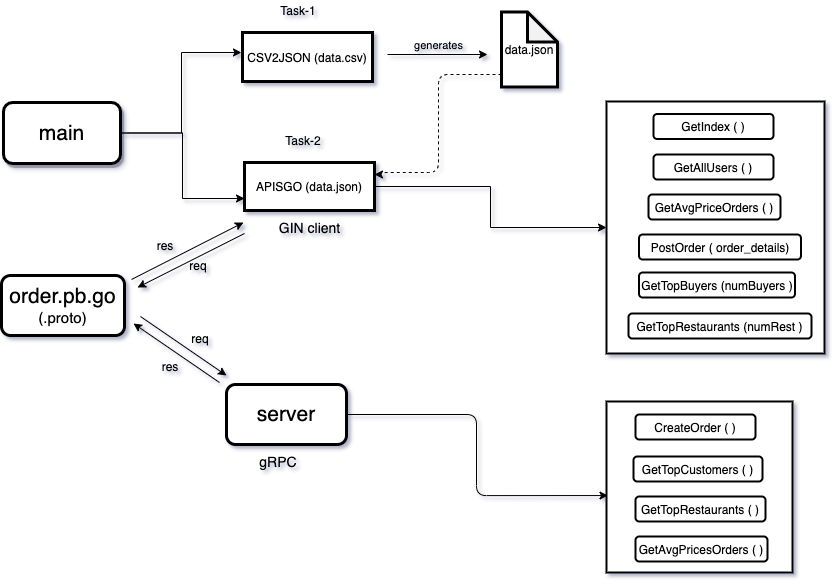
Above: assets/walk_through.png in upadhyay-p/Team2-Case-Study-1 (draw.io), before the change. Source tidied: cells renumbered, new cells last; positions are measured from the earlier drawing's top-left corner, leaving out a move shared by most shapes.
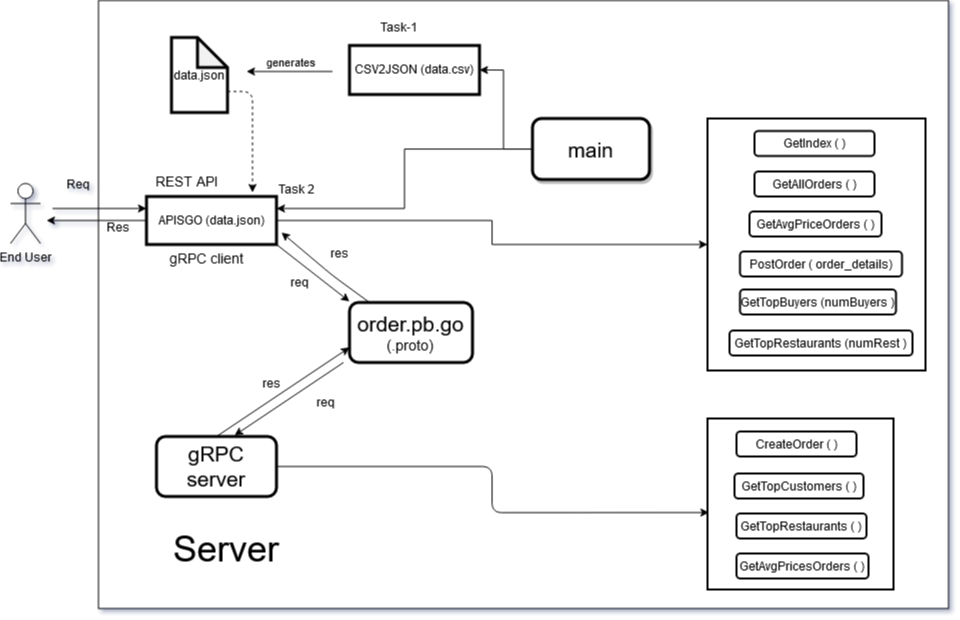
After the change.

Change to the diagram source:
```diff
@@ -2,36 +2,34 @@
   <root>
     <mxCell id="0" />
     <mxCell id="1" parent="0" />
+    <mxCell id="39" style="rounded=0;whiteSpace=wrap;html=1;" parent="1" vertex="1">
+      <mxGeometry x="-4" y="-17" width="850" height="608" as="geometry" />
+    </mxCell>
     <mxCell id="2" style="rounded=0;whiteSpace=wrap;html=1;shadow=0;labelBorderColor=none;labelBackgroundColor=none;strokeWidth=2;" parent="1" vertex="1">
       <mxGeometry x="605" y="101" width="218" height="252" as="geometry" />
     </mxCell>
-    <mxCell id="3" style="edgeStyle=orthogonalEdgeStyle;rounded=0;jettySize=auto;html=1;entryX=-0.008;entryY=0.408;entryDx=0;entryDy=0;entryPerimeter=0;labelBorderColor=none;labelBackgroundColor=none;shadow=0;" parent="1" edge="1" source="5" target="6">
-      <mxGeometry relative="1" as="geometry" />
+    <mxCell id="3" style="edgeStyle=orthogonalEdgeStyle;rounded=0;jettySize=auto;html=1;entryX=1;entryY=0.5;entryDx=0;entryDy=0;labelBorderColor=none;labelBackgroundColor=none;shadow=0;" parent="1" edge="1" source="5" target="6">
+      <mxGeometry relative="1" as="geometry">
+        <Array as="points">
+          <mxPoint x="401" y="132" />
+          <mxPoint x="401" y="52" />
+        </Array>
+      </mxGeometry>
     </mxCell>
-    <mxCell id="4" style="edgeStyle=orthogonalEdgeStyle;rounded=0;jettySize=auto;html=1;entryX=0;entryY=0.75;entryDx=0;entryDy=0;labelBorderColor=none;labelBackgroundColor=none;shadow=0;" parent="1" edge="1" source="5" target="12">
+    <mxCell id="4" style="edgeStyle=orthogonalEdgeStyle;rounded=0;jettySize=auto;html=1;labelBorderColor=none;labelBackgroundColor=none;shadow=0;entryX=1;entryY=0.25;entryDx=0;entryDy=0;" parent="1" edge="1" source="5" target="12">
       <mxGeometry relative="1" as="geometry" />
     </mxCell>
     <mxCell id="5" value="&lt;span style=&quot;font-size: 21px&quot;&gt;main&lt;/span&gt;" style="rounded=1;whiteSpace=wrap;html=1;strokeWidth=3;labelBorderColor=none;labelBackgroundColor=none;shadow=1;" parent="1" vertex="1">
-      <mxGeometry x="2" y="102" width="117" height="61" as="geometry" />
+      <mxGeometry x="430" y="101" width="117" height="61" as="geometry" />
     </mxCell>
     <mxCell id="6" value="CSV2JSON (data.csv)" style="rounded=0;whiteSpace=wrap;html=1;strokeWidth=3;labelBorderColor=none;labelBackgroundColor=none;shadow=0;" parent="1" vertex="1">
-      <mxGeometry x="241" y="32" width="130" height="49" as="geometry" />
+      <mxGeometry x="247" y="28" width="130" height="49" as="geometry" />
     </mxCell>
     <mxCell id="7" value="GetIndex ( )" style="rounded=1;whiteSpace=wrap;html=1;strokeWidth=2;labelBorderColor=none;labelBackgroundColor=none;shadow=0;" parent="1" vertex="1">
       <mxGeometry x="652" y="113.5" width="120" height="25" as="geometry" />
     </mxCell>
-    <mxCell id="8" style="edgeStyle=orthogonalEdgeStyle;jettySize=auto;html=1;entryX=1;entryY=0.25;entryDx=0;entryDy=0;shadow=0;labelBackgroundColor=none;rounded=1;dashed=1;labelBorderColor=none;" parent="1" edge="1" source="9" target="12">
-      <mxGeometry relative="1" as="geometry">
-        <Array as="points">
-          <mxPoint x="437" y="74" />
-          <mxPoint x="437" y="172" />
-          <mxPoint x="378" y="172" />
-          <mxPoint x="378" y="174" />
-        </Array>
-      </mxGeometry>
-    </mxCell>
     <mxCell id="9" value="data.json" style="shape=note;whiteSpace=wrap;html=1;backgroundOutline=1;darkOpacity=0.05;strokeWidth=3;labelBorderColor=none;labelBackgroundColor=none;shadow=0;" parent="1" vertex="1">
-      <mxGeometry x="500" y="11.5" width="56" height="75" as="geometry" />
+      <mxGeometry x="69" y="20" width="56" height="75" as="geometry" />
     </mxCell>
     <mxCell id="10" value="Task-1" style="text;html=1;strokeColor=none;fillColor=none;align=center;verticalAlign=middle;whiteSpace=wrap;rounded=0;" parent="1" vertex="1">
       <mxGeometry x="277" width="40" height="20" as="geometry" />
@@ -39,13 +37,21 @@
     <mxCell id="11" style="edgeStyle=orthogonalEdgeStyle;rounded=0;jettySize=auto;html=1;entryX=0;entryY=0.5;entryDx=0;entryDy=0;shadow=0;labelBackgroundColor=none;labelBorderColor=none;" parent="1" edge="1" source="12" target="2">
       <mxGeometry relative="1" as="geometry" />
     </mxCell>
+    <mxCell id="40" style="edgeStyle=orthogonalEdgeStyle;rounded=0;jettySize=auto;html=1;" parent="1" edge="1" source="12">
+      <mxGeometry relative="1" as="geometry">
+        <mxPoint x="-56" y="203" as="targetPoint" />
+      </mxGeometry>
+    </mxCell>
     <mxCell id="12" value="APISGO (data.json)" style="rounded=0;whiteSpace=wrap;html=1;strokeWidth=3;labelBorderColor=none;labelBackgroundColor=none;shadow=0;" parent="1" vertex="1">
-      <mxGeometry x="243" y="162" width="130" height="48" as="geometry" />
+      <mxGeometry x="44" y="179" width="130" height="48" as="geometry" />
     </mxCell>
     <mxCell id="13" style="endArrow=classic;html=1;labelBorderColor=none;labelBackgroundColor=none;shadow=0;" parent="1" edge="1">
       <mxGeometry relative="1" as="geometry">
-        <mxPoint x="386" y="54" as="sourcePoint" />
-        <mxPoint x="486" y="54" as="targetPoint" />
+        <mxPoint x="230" y="54" as="sourcePoint" />
+        <mxPoint x="144" y="54" as="targetPoint" />
+        <Array as="points">
+          <mxPoint x="144" y="54" />
+        </Array>
       </mxGeometry>
     </mxCell>
     <mxCell id="14" value="generates" style="edgeLabel;html=1;align=center;verticalAlign=middle;labelBorderColor=none;labelBackgroundColor=none;shadow=0;" parent="13" vertex="1">
@@ -53,10 +59,7 @@
         <mxPoint y="-10" as="offset" />
       </mxGeometry>
     </mxCell>
-    <mxCell id="15" value="Task-2" style="text;html=1;strokeColor=none;fillColor=none;align=center;verticalAlign=middle;whiteSpace=wrap;rounded=0;labelBorderColor=none;labelBackgroundColor=none;shadow=0;" parent="1" vertex="1">
-      <mxGeometry x="282" y="130" width="40" height="20" as="geometry" />
-    </mxCell>
-    <mxCell id="16" value="GetAllUsers ( )" style="rounded=1;whiteSpace=wrap;html=1;strokeWidth=2;labelBorderColor=none;labelBackgroundColor=none;shadow=0;" parent="1" vertex="1">
+    <mxCell id="16" value="GetAllOrders ( )" style="rounded=1;whiteSpace=wrap;html=1;strokeWidth=2;labelBorderColor=none;labelBackgroundColor=none;shadow=0;" parent="1" vertex="1">
       <mxGeometry x="652" y="154" width="120" height="25" as="geometry" />
     </mxCell>
     <mxCell id="17" value="GetAvgPriceOrders ( )" style="rounded=1;whiteSpace=wrap;html=1;strokeWidth=2;labelBorderColor=none;labelBackgroundColor=none;shadow=0;" parent="1" vertex="1">
@@ -71,17 +74,17 @@
     <mxCell id="20" value="PostOrder ( order_details)" style="rounded=1;whiteSpace=wrap;html=1;strokeWidth=2;labelBorderColor=none;labelBackgroundColor=none;shadow=0;" parent="1" vertex="1">
       <mxGeometry x="637.5" y="234" width="162" height="25" as="geometry" />
     </mxCell>
-    <mxCell id="21" value="&lt;font style=&quot;font-size: 14px&quot;&gt;GIN client&lt;/font&gt;" style="text;html=1;strokeColor=none;fillColor=none;align=center;verticalAlign=middle;whiteSpace=wrap;rounded=0;shadow=0;labelBackgroundColor=none;labelBorderColor=none;" parent="1" vertex="1">
-      <mxGeometry x="266.5" y="217" width="83" height="20" as="geometry" />
+    <mxCell id="21" value="&lt;div&gt;&lt;font style=&quot;font-size: 14px&quot;&gt;&amp;nbsp;gRPC client&lt;/font&gt;&lt;/div&gt;" style="text;html=1;strokeColor=none;fillColor=none;align=center;verticalAlign=middle;whiteSpace=wrap;rounded=0;shadow=0;labelBackgroundColor=none;labelBorderColor=none;" parent="1" vertex="1">
+      <mxGeometry x="61" y="231" width="83" height="20" as="geometry" />
     </mxCell>
     <mxCell id="22" value="&lt;font&gt;&lt;span style=&quot;font-size: 21px&quot;&gt;order.pb.go&lt;/span&gt;&lt;br&gt;&lt;font style=&quot;font-size: 15px&quot;&gt;(.proto)&lt;/font&gt;&lt;br&gt;&lt;/font&gt;" style="rounded=1;whiteSpace=wrap;html=1;shadow=0;labelBackgroundColor=none;strokeWidth=3;labelBorderColor=none;" parent="1" vertex="1">
-      <mxGeometry y="275" width="123" height="60" as="geometry" />
+      <mxGeometry x="247" y="285" width="123" height="60" as="geometry" />
     </mxCell>
     <mxCell id="23" style="edgeStyle=orthogonalEdgeStyle;rounded=1;jettySize=auto;html=1;entryX=0.008;entryY=0.55;entryDx=0;entryDy=0;entryPerimeter=0;shadow=0;labelBackgroundColor=none;strokeColor=#000000;labelBorderColor=none;" parent="1" edge="1" source="24" target="25">
       <mxGeometry relative="1" as="geometry" />
     </mxCell>
-    <mxCell id="24" value="&lt;font style=&quot;font-size: 21px&quot;&gt;server&lt;/font&gt;" style="rounded=1;whiteSpace=wrap;html=1;shadow=0;labelBackgroundColor=none;strokeWidth=3;labelBorderColor=none;" parent="1" vertex="1">
-      <mxGeometry x="225" y="384" width="120" height="60" as="geometry" />
+    <mxCell id="24" value="&lt;font style=&quot;font-size: 21px&quot;&gt;gRPC server&lt;/font&gt;" style="rounded=1;whiteSpace=wrap;html=1;shadow=0;labelBackgroundColor=none;strokeWidth=3;labelBorderColor=none;" parent="1" vertex="1">
+      <mxGeometry x="54" y="419" width="120" height="60" as="geometry" />
     </mxCell>
     <mxCell id="25" style="rounded=0;whiteSpace=wrap;html=1;shadow=0;labelBorderColor=none;labelBackgroundColor=none;strokeWidth=2;" parent="1" vertex="1">
       <mxGeometry x="605" y="401" width="186" height="171" as="geometry" />
@@ -98,44 +101,70 @@
     <mxCell id="29" value="GetTopRestaurants ( )" style="rounded=1;whiteSpace=wrap;html=1;strokeWidth=2;labelBorderColor=none;labelBackgroundColor=none;shadow=0;" parent="1" vertex="1">
       <mxGeometry x="634" y="496" width="130" height="25" as="geometry" />
     </mxCell>
-    <mxCell id="30" style="endArrow=classic;startArrow=none;html=1;shadow=0;labelBackgroundColor=none;strokeColor=#000000;startFill=0;labelBorderColor=none;" parent="1" edge="1">
+    <mxCell id="30" style="endArrow=classic;startArrow=none;html=1;shadow=0;labelBackgroundColor=none;strokeColor=#000000;startFill=0;labelBorderColor=none;exitX=1;exitY=1;exitDx=0;exitDy=0;" parent="1" edge="1" source="12">
       <mxGeometry relative="1" as="geometry">
-        <mxPoint x="130" y="279" as="sourcePoint" />
-        <mxPoint x="242" y="222" as="targetPoint" />
+        <mxPoint x="247" y="284" as="targetPoint" />
       </mxGeometry>
     </mxCell>
-    <mxCell id="31" style="endArrow=none;startArrow=classic;html=1;shadow=0;labelBackgroundColor=none;strokeColor=#000000;endFill=0;labelBorderColor=none;" parent="1" edge="1">
+    <mxCell id="31" style="endArrow=none;startArrow=classic;html=1;shadow=0;labelBackgroundColor=none;strokeColor=#000000;endFill=0;labelBorderColor=none;exitX=0.65;exitY=-0.017;exitDx=0;exitDy=0;exitPerimeter=0;" parent="1" edge="1" source="24">
       <mxGeometry relative="1" as="geometry">
-        <mxPoint x="132" y="323" as="sourcePoint" />
-        <mxPoint x="218" y="382" as="targetPoint" />
+        <mxPoint x="241" y="345" as="targetPoint" />
       </mxGeometry>
     </mxCell>
     <mxCell id="32" value="req" style="text;html=1;strokeColor=none;fillColor=none;align=center;verticalAlign=middle;whiteSpace=wrap;rounded=0;shadow=0;labelBackgroundColor=none;labelBorderColor=none;" parent="1" vertex="1">
       <mxGeometry x="177" y="255" width="40" height="20" as="geometry" />
     </mxCell>
     <mxCell id="33" value="res" style="text;html=1;strokeColor=none;fillColor=none;align=center;verticalAlign=middle;whiteSpace=wrap;rounded=0;shadow=0;labelBackgroundColor=none;labelBorderColor=none;" parent="1" vertex="1">
-      <mxGeometry x="144" y="235" width="40" height="20" as="geometry" />
+      <mxGeometry x="217" y="226" width="40" height="20" as="geometry" />
     </mxCell>
     <mxCell id="34" value="req" style="text;html=1;strokeColor=none;fillColor=none;align=center;verticalAlign=middle;whiteSpace=wrap;rounded=0;shadow=0;labelBackgroundColor=none;labelBorderColor=none;" parent="1" vertex="1">
-      <mxGeometry x="179" y="328" width="40" height="20" as="geometry" />
+      <mxGeometry x="203" y="375" width="40" height="20" as="geometry" />
     </mxCell>
     <mxCell id="35" value="res" style="text;html=1;strokeColor=none;fillColor=none;align=center;verticalAlign=middle;whiteSpace=wrap;rounded=0;shadow=0;labelBackgroundColor=none;labelBorderColor=none;" parent="1" vertex="1">
       <mxGeometry x="149" y="356" width="40" height="20" as="geometry" />
     </mxCell>
     <mxCell id="36" style="endArrow=classic;startArrow=none;html=1;shadow=0;labelBackgroundColor=none;strokeColor=#000000;startFill=0;labelBorderColor=none;" parent="1" edge="1">
       <mxGeometry relative="1" as="geometry">
-        <mxPoint x="243" y="233" as="sourcePoint" />
-        <mxPoint x="136" y="287" as="targetPoint" />
+        <mxPoint x="267" y="285" as="sourcePoint" />
+        <mxPoint x="179" y="215" as="targetPoint" />
+        <Array as="points">
+          <mxPoint x="230" y="258" />
+        </Array>
       </mxGeometry>
     </mxCell>
-    <mxCell id="37" style="endArrow=classic;startArrow=none;html=1;shadow=0;labelBackgroundColor=none;strokeColor=#000000;startFill=0;labelBorderColor=none;" parent="1" edge="1">
-      <mxGeometry relative="1" as="geometry">
-        <mxPoint x="139" y="316" as="sourcePoint" />
-        <mxPoint x="225" y="375" as="targetPoint" />
-      </mxGeometry>
+    <mxCell id="37" style="endArrow=classic;startArrow=none;html=1;shadow=0;labelBackgroundColor=none;strokeColor=#000000;startFill=0;labelBorderColor=none;entryX=0;entryY=0.75;entryDx=0;entryDy=0;exitX=0.5;exitY=0;exitDx=0;exitDy=0;" parent="1" edge="1" source="24" target="22">
+      <mxGeometry relative="1" as="geometry" />
     </mxCell>
-    <mxCell id="38" value="&lt;font style=&quot;font-size: 14px&quot;&gt;gRPC&lt;/font&gt;" style="text;html=1;strokeColor=none;fillColor=none;align=center;verticalAlign=middle;whiteSpace=wrap;rounded=0;shadow=0;labelBackgroundColor=none;labelBorderColor=none;" parent="1" vertex="1">
-      <mxGeometry x="257" y="451" width="40" height="20" as="geometry" />
-    </mxCell>
+    <mxCell id="41" value="&lt;font style=&quot;font-size: 36px&quot;&gt;Server&lt;/font&gt;" style="text;html=1;strokeColor=none;fillColor=none;align=center;verticalAlign=middle;whiteSpace=wrap;rounded=0;" parent="1" vertex="1">
+      <mxGeometry x="104" y="521" width="40" height="20" as="geometry" />
+    </mxCell>
+    <mxCell id="42" value="End User&lt;br&gt;" style="shape=umlActor;verticalLabelPosition=bottom;verticalAlign=top;html=1;" parent="1" vertex="1">
+      <mxGeometry x="-92" y="166" width="30" height="60" as="geometry" />
+    </mxCell>
+    <mxCell id="43" value="&lt;div&gt;Task 2&lt;/div&gt;" style="text;html=1;strokeColor=none;fillColor=none;align=center;verticalAlign=middle;whiteSpace=wrap;rounded=0;" parent="1" vertex="1">
+      <mxGeometry x="174" y="162" width="40" height="20" as="geometry" />
+    </mxCell>
+    <mxCell id="44" style="endArrow=classic;html=1;entryX=0;entryY=0.25;entryDx=0;entryDy=0;" parent="1" edge="1" target="12">
+      <mxGeometry relative="1" as="geometry">
+        <mxPoint x="-50" y="191" as="sourcePoint" />
+      </mxGeometry>
+    </mxCell>
+    <mxCell id="45" value="Req" style="text;html=1;strokeColor=none;fillColor=none;align=center;verticalAlign=middle;whiteSpace=wrap;rounded=0;" parent="1" vertex="1">
+      <mxGeometry x="-44" y="156.5" width="40" height="20" as="geometry" />
+    </mxCell>
+    <mxCell id="46" value="&lt;div&gt;Res&lt;/div&gt;&lt;div&gt;&lt;br&gt;&lt;/div&gt;" style="text;html=1;strokeColor=none;fillColor=none;align=center;verticalAlign=middle;whiteSpace=wrap;rounded=0;" parent="1" vertex="1">
+      <mxGeometry x="-4" y="207" width="40" height="20" as="geometry" />
+    </mxCell>
+    <mxCell id="47" value="&lt;font style=&quot;font-size: 14px&quot;&gt;REST API&lt;br&gt;&lt;/font&gt;" style="text;html=1;strokeColor=none;fillColor=none;align=center;verticalAlign=middle;whiteSpace=wrap;rounded=0;" parent="1" vertex="1">
+      <mxGeometry x="38" y="154" width="93" height="20" as="geometry" />
+    </mxCell>
+    <mxCell id="8" style="edgeStyle=orthogonalEdgeStyle;jettySize=auto;html=1;shadow=0;labelBackgroundColor=none;rounded=1;dashed=1;labelBorderColor=none;" parent="1" edge="1" source="9">
+      <mxGeometry relative="1" as="geometry">
+        <mxPoint x="150" y="175" as="targetPoint" />
+        <Array as="points">
+          <mxPoint x="150" y="74" />
+        </Array>
+      </mxGeometry>
+    </mxCell>
   </root>
 </mxGraphModel>
```
